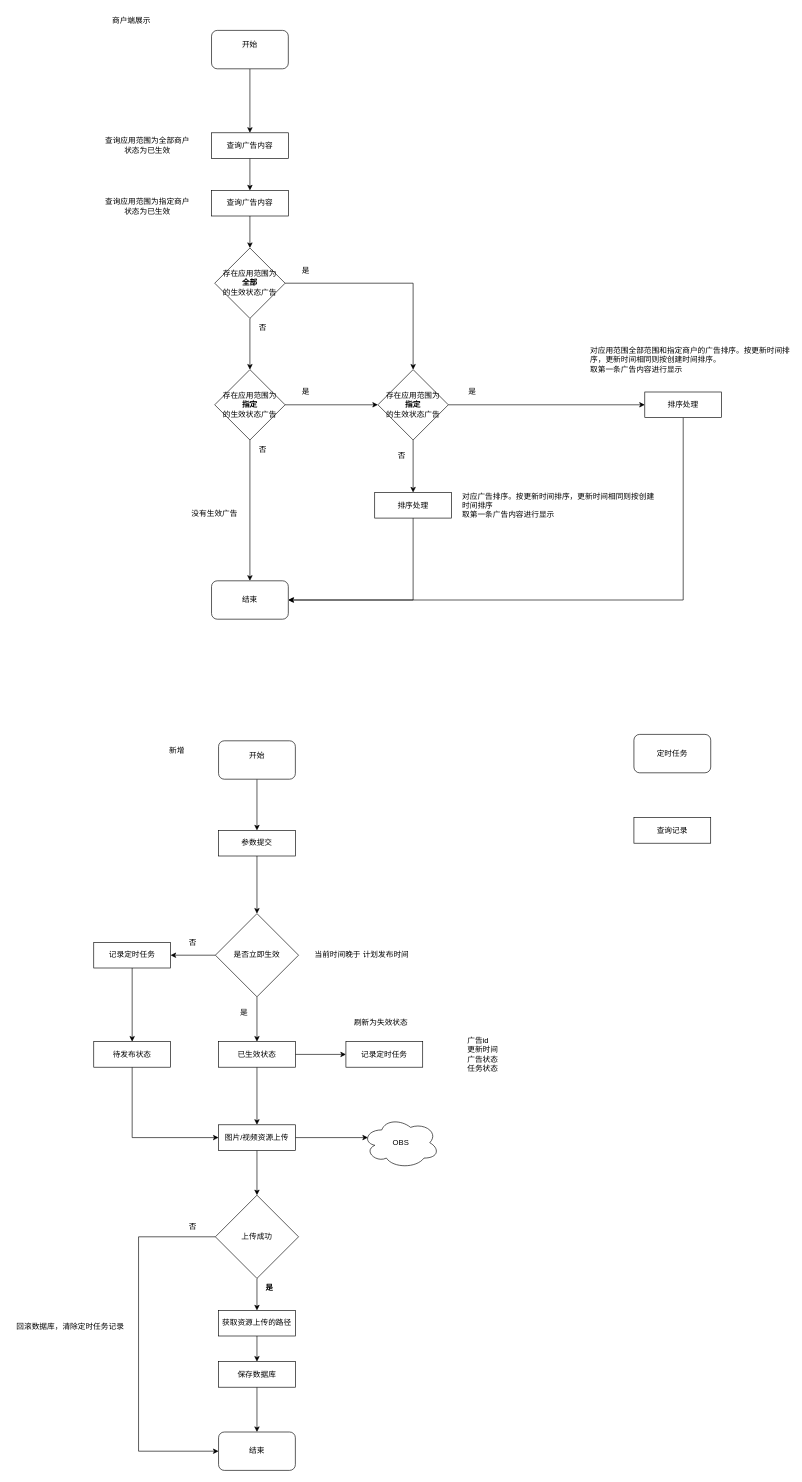
Earlier version of the draw.io diagram page "1.11.0" (11 of 11) of 导入.drawio (vvhard/draw_io). Source tidied: cells renumbered, new cells numbered last; positions are measured from the earlier drawing's top-left corner, leaving out a move shared by most shapes. Both pictures are drawn from the tidied source at 64%, with x=0, y=0 at pixel (11, 11).
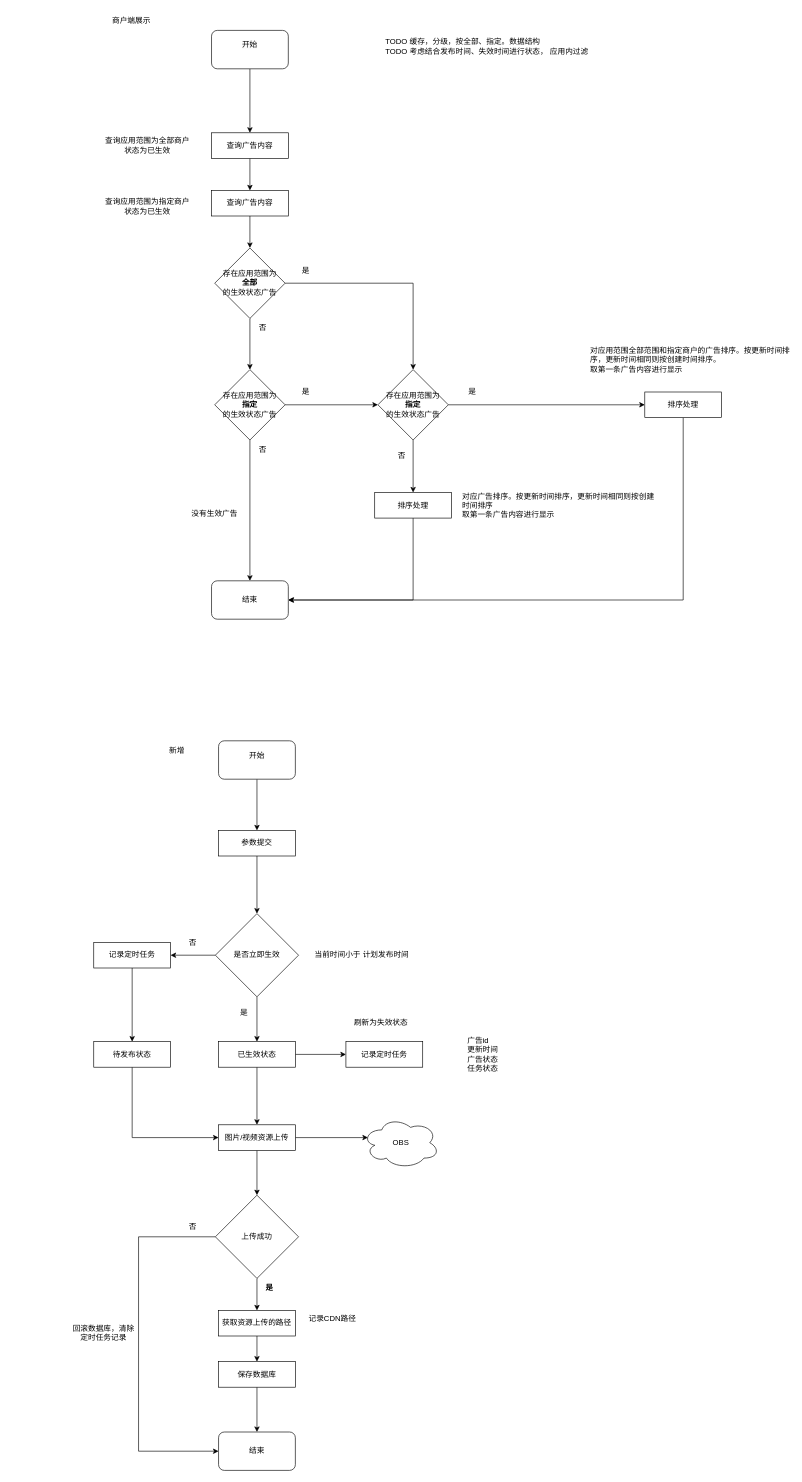
Above is the later version.

Diff of the diagram source:
```diff
@@
-    <mxCell id="56" value="当前时间晚于 计划发布时间" style="text;html=1;strokeColor=none;fillColor=none;align=center;verticalAlign=middle;whiteSpace=wrap;rounded=0;" parent="1" vertex="1">
+    <mxCell id="56" value="当前时间小于 计划发布时间" style="text;html=1;strokeColor=none;fillColor=none;align=center;verticalAlign=middle;whiteSpace=wrap;rounded=0;" parent="1" vertex="1">
       <mxGeometry x="463" y="1465" width="170" height="20" as="geometry" />
     </mxCell>
@@
     <mxCell id="64" value="回滚数据库，清除定时任务记录" style="text;html=1;strokeColor=none;fillColor=none;align=center;verticalAlign=middle;whiteSpace=wrap;rounded=0;" parent="1" vertex="1">
-      <mxGeometry y="2040" width="185" height="30" as="geometry" />
+      <mxGeometry x="93" y="2050" width="103" height="30" as="geometry" />
     </mxCell>
@@
-    <mxCell id="71" value="定时任务" style="rounded=1;whiteSpace=wrap;html=1;" parent="1" vertex="1">
-      <mxGeometry x="973" y="1130" width="120" height="60" as="geometry" />
-    </mxCell>
-    <mxCell id="72" value="查询记录" style="rounded=0;whiteSpace=wrap;html=1;" parent="1" vertex="1">
-      <mxGeometry x="973" y="1260" width="120" height="40" as="geometry" />
-    </mxCell>
+    <mxCell id="73" value="TODO 缓存，分级，按全部、指定。数据结构&lt;br&gt;TODO 考虑结合发布时间、失效时间进行状态， 应用内过滤" style="text;html=1;strokeColor=none;fillColor=none;align=left;verticalAlign=middle;whiteSpace=wrap;rounded=0;" parent="1" vertex="1">
+      <mxGeometry x="583" y="20" width="370" height="70" as="geometry" />
+    </mxCell>
+    <mxCell id="74" value="记录CDN路径" style="text;html=1;strokeColor=none;fillColor=none;align=left;verticalAlign=middle;whiteSpace=wrap;rounded=0;" parent="1" vertex="1">
+      <mxGeometry x="463" y="2015" width="82.5" height="55" as="geometry" />
+    </mxCell>
```
